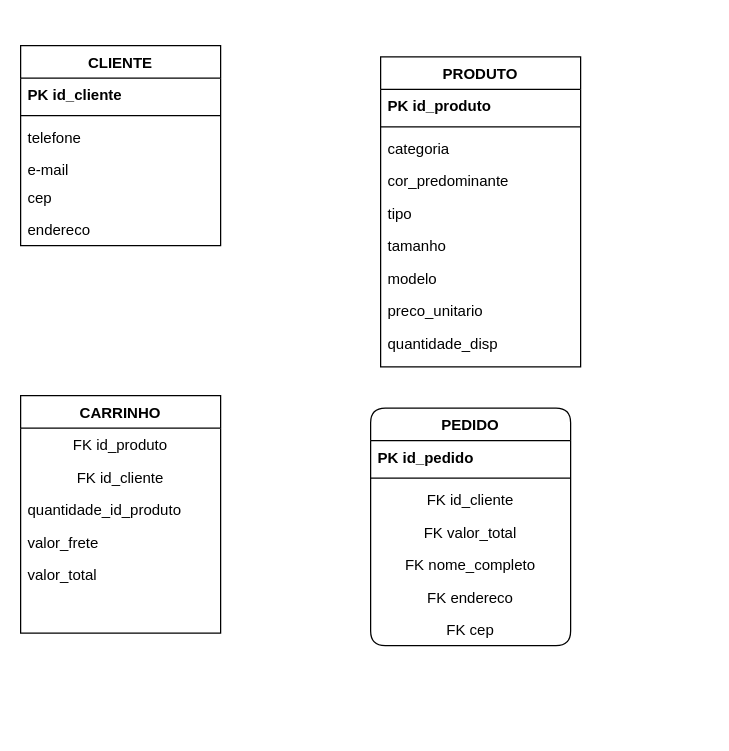
Above: Diagrama sem nome.drawio in gustavo-plc/atlas (draw.io), before the change. Source tidied: cells renumbered, new cells numbered last; positions are measured from the earlier drawing's top-left corner, leaving out a move shared by most shapes. Both pictures are drawn from the tidied source at 125%, with x=0, y=0 at pixel (20, 45).
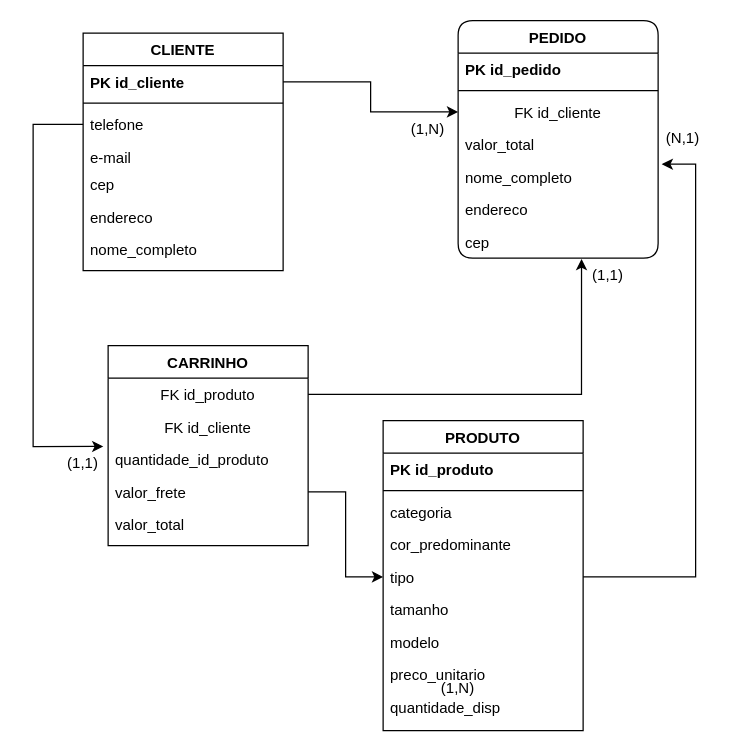
After the change.

Unchanged cells that the change refers to:
```xml
<mxCell id="3" value="PK id_cliente" style="text;align=left;verticalAlign=top;spacingLeft=4;spacingRight=4;overflow=hidden;points=[[0,0.5],[1,0.5]];portConstraint=eastwest;fontStyle=1;" parent="2" vertex="1">
  <mxGeometry y="26" width="160" height="26" as="geometry" />
</mxCell>
<mxCell id="5" value="telefone" style="text;align=left;verticalAlign=top;spacingLeft=4;spacingRight=4;overflow=hidden;points=[[0,0.5],[1,0.5]];portConstraint=eastwest;" parent="2" vertex="1">
  <mxGeometry y="60" width="160" height="26" as="geometry" />
</mxCell>
<mxCell id="10" value="FK id_produto" style="text;align=center;verticalAlign=top;spacingLeft=4;spacingRight=4;overflow=hidden;points=[[0,0.5],[1,0.5]];portConstraint=eastwest;" parent="9" vertex="1">
  <mxGeometry y="26" width="160" height="26" as="geometry" />
</mxCell>
<mxCell id="12" value="quantidade_id_produto" style="text;align=left;verticalAlign=top;spacingLeft=4;spacingRight=4;overflow=hidden;points=[[0,0.5],[1,0.5]];portConstraint=eastwest;" parent="9" vertex="1">
  <mxGeometry y="78" width="160" height="26" as="geometry" />
</mxCell>
<mxCell id="13" value="valor_frete" style="text;align=left;verticalAlign=top;spacingLeft=4;spacingRight=4;overflow=hidden;points=[[0,0.5],[1,0.5]];portConstraint=eastwest;" parent="9" vertex="1">
  <mxGeometry y="104" width="160" height="26" as="geometry" />
</mxCell>
<mxCell id="18" value="FK id_cliente" style="text;align=center;verticalAlign=top;spacingLeft=4;spacingRight=4;overflow=hidden;points=[[0,0.5],[1,0.5]];portConstraint=eastwest;fontStyle=0;" parent="15" vertex="1">
  <mxGeometry y="60" width="160" height="26" as="geometry" />
</mxCell>
<mxCell id="28" value="tipo" style="text;align=left;verticalAlign=top;spacingLeft=4;spacingRight=4;overflow=hidden;points=[[0,0.5],[1,0.5]];portConstraint=eastwest;rounded=0;shadow=0;html=0;" parent="23" vertex="1">
  <mxGeometry y="112" width="160" height="26" as="geometry" />
</mxCell>
```

What changed in the source:
```diff
@@
     <mxCell id="2" value="CLIENTE" style="swimlane;fontStyle=1;align=center;verticalAlign=top;horizontal=1;startSize=26;rounded=0;shadow=0;strokeWidth=1;" parent="1" vertex="1">
-      <mxGeometry width="160" height="160" as="geometry" />
+      <mxGeometry x="50" y="-10" width="160" height="190" as="geometry" />
     </mxCell>
@@
+    <mxCell id="33" value="nome_completo" style="text;align=left;verticalAlign=top;spacingLeft=4;spacingRight=4;overflow=hidden;rounded=0;shadow=0;html=0;" parent="2" vertex="1">
+      <mxGeometry y="160" width="160" height="26" as="geometry" />
+    </mxCell>
     <mxCell id="9" value="CARRINHO" style="swimlane;fontStyle=1;align=center;verticalAlign=top;horizontal=1;startSize=26;rounded=0;shadow=0;strokeWidth=1;" parent="1" vertex="1">
-      <mxGeometry y="280" width="160" height="190" as="geometry" />
+      <mxGeometry x="70" y="240" width="160" height="160" as="geometry" />
     </mxCell>
@@
     <mxCell id="15" value="PEDIDO" style="swimlane;fontStyle=1;align=center;verticalAlign=top;horizontal=1;startSize=26;rounded=1;shadow=0;strokeWidth=1;" parent="1" vertex="1">
-      <mxGeometry x="280" y="290" width="160" height="190" as="geometry" />
+      <mxGeometry x="350" y="-20" width="160" height="190" as="geometry" />
     </mxCell>
@@
-    <mxCell id="19" value="FK valor_total" style="text;align=center;verticalAlign=top;spacingLeft=4;spacingRight=4;overflow=hidden;fontStyle=0;" parent="15" vertex="1">
+    <mxCell id="19" value="valor_total" style="text;align=left;verticalAlign=top;spacingLeft=4;spacingRight=4;overflow=hidden;fontStyle=0;" parent="15" vertex="1">
       <mxGeometry y="86" width="160" height="26" as="geometry" />
     </mxCell>
-    <mxCell id="20" value="FK nome_completo" style="text;align=center;verticalAlign=top;spacingLeft=4;spacingRight=4;overflow=hidden;points=[[0,0.5],[1,0.5]];portConstraint=eastwest;fontStyle=0;" parent="15" vertex="1">
+    <mxCell id="20" value="nome_completo" style="text;align=left;verticalAlign=top;spacingLeft=4;spacingRight=4;overflow=hidden;points=[[0,0.5],[1,0.5]];portConstraint=eastwest;fontStyle=0;" parent="15" vertex="1">
       <mxGeometry y="112" width="160" height="26" as="geometry" />
     </mxCell>
-    <mxCell id="21" value="FK endereco" style="text;align=center;verticalAlign=top;spacingLeft=4;spacingRight=4;overflow=hidden;fontStyle=0;" parent="15" vertex="1">
+    <mxCell id="21" value="endereco" style="text;align=left;verticalAlign=top;spacingLeft=4;spacingRight=4;overflow=hidden;fontStyle=0;" parent="15" vertex="1">
       <mxGeometry y="138" width="160" height="26" as="geometry" />
     </mxCell>
-    <mxCell id="22" value="FK cep" style="text;align=center;verticalAlign=top;spacingLeft=4;spacingRight=4;overflow=hidden;points=[[0,0.5],[1,0.5]];portConstraint=eastwest;fontStyle=0;" parent="15" vertex="1">
+    <mxCell id="22" value="cep" style="text;align=left;verticalAlign=top;spacingLeft=4;spacingRight=4;overflow=hidden;points=[[0,0.5],[1,0.5]];portConstraint=eastwest;fontStyle=0;" parent="15" vertex="1">
       <mxGeometry y="164" width="160" height="26" as="geometry" />
     </mxCell>
     <mxCell id="23" value="PRODUTO" style="swimlane;fontStyle=1;align=center;verticalAlign=top;horizontal=1;startSize=26;rounded=0;shadow=0;strokeWidth=1;" parent="1" vertex="1">
-      <mxGeometry x="288" y="9" width="160" height="248" as="geometry" />
+      <mxGeometry x="290" y="300" width="160" height="248" as="geometry" />
     </mxCell>
@@
+    <mxCell id="34" style="edgeStyle=orthogonalEdgeStyle;rounded=0;jettySize=auto;html=1;" parent="1" edge="1" source="3" target="18">
+      <mxGeometry relative="1" as="geometry" />
+    </mxCell>
+    <mxCell id="35" value="(1,N)" style="text;align=center;verticalAlign=top;spacingLeft=4;spacingRight=4;overflow=hidden;fontStyle=0;" parent="1" vertex="1">
+      <mxGeometry x="306" y="53" width="40" height="26" as="geometry" />
+    </mxCell>
+    <mxCell id="36" value="(1,1)" style="text;align=center;verticalAlign=top;spacingLeft=4;spacingRight=4;overflow=hidden;fontStyle=0;" parent="1" vertex="1">
+      <mxGeometry x="30" y="320" width="40" height="26" as="geometry" />
+    </mxCell>
+    <mxCell id="37" value="(1,1)" style="text;align=center;verticalAlign=top;spacingLeft=4;spacingRight=4;overflow=hidden;fontStyle=0;" parent="1" vertex="1">
+      <mxGeometry x="450" y="170" width="40" height="26" as="geometry" />
+    </mxCell>
+    <mxCell id="38" style="edgeStyle=orthogonalEdgeStyle;rounded=0;jettySize=auto;html=1;entryX=0;entryY=0.5;entryDx=0;entryDy=0;" parent="1" edge="1" source="13" target="28">
+      <mxGeometry relative="1" as="geometry" />
+    </mxCell>
+    <mxCell id="39" style="edgeStyle=orthogonalEdgeStyle;rounded=0;jettySize=auto;html=1;entryX=0.617;entryY=1.026;entryDx=0;entryDy=0;entryPerimeter=0;" parent="1" edge="1" source="10" target="22">
+      <mxGeometry relative="1" as="geometry" />
+    </mxCell>
+    <mxCell id="40" value="(N,1)" style="text;align=center;verticalAlign=top;spacingLeft=4;spacingRight=4;overflow=hidden;fontStyle=0;" parent="1" vertex="1">
+      <mxGeometry x="510" y="60" width="40" height="26" as="geometry" />
+    </mxCell>
+    <mxCell id="41" value="(1,N)" style="text;align=center;verticalAlign=top;spacingLeft=4;spacingRight=4;overflow=hidden;fontStyle=0;" parent="1" vertex="1">
+      <mxGeometry x="330" y="500" width="40" height="26" as="geometry" />
+    </mxCell>
+    <mxCell id="42" style="edgeStyle=orthogonalEdgeStyle;rounded=0;jettySize=auto;html=1;entryX=-0.024;entryY=0.103;entryDx=0;entryDy=0;entryPerimeter=0;" parent="1" edge="1" source="5" target="12">
+      <mxGeometry relative="1" as="geometry">
+        <Array as="points">
+          <mxPoint x="10" y="63" />
+          <mxPoint x="10" y="321" />
+        </Array>
+      </mxGeometry>
+    </mxCell>
+    <mxCell id="43" style="edgeStyle=orthogonalEdgeStyle;rounded=0;jettySize=auto;html=1;entryX=1.018;entryY=0.109;entryDx=0;entryDy=0;entryPerimeter=0;" parent="1" edge="1" source="28" target="20">
+      <mxGeometry relative="1" as="geometry">
+        <Array as="points">
+          <mxPoint x="540" y="425" />
+          <mxPoint x="540" y="95" />
+        </Array>
+      </mxGeometry>
+    </mxCell>
```
